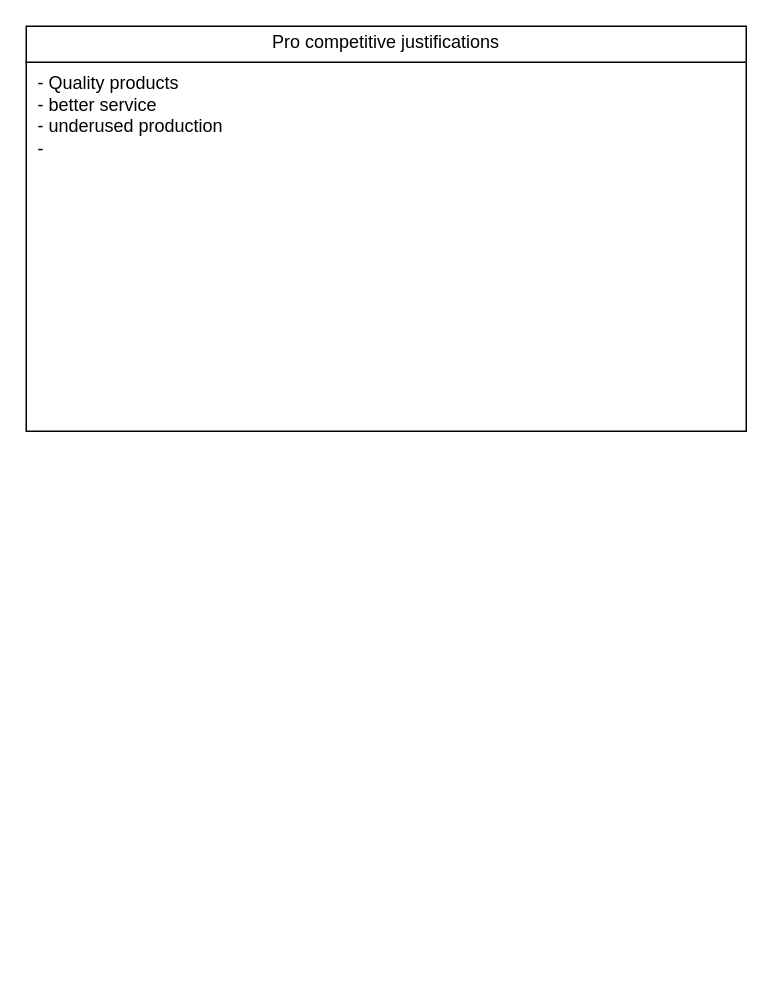
The draw.io diagram page "Page-5" (5 of 7) of Antitrust.drawio in Jdcruz831/law-school, before the edit. Source tidied: cells renumbered, new cells numbered last; positions are measured from the earlier drawing's top-left corner, leaving out a move shared by most shapes. Both pictures are drawn from the tidied source at 150%, with x=0, y=0 at pixel (26, 26).
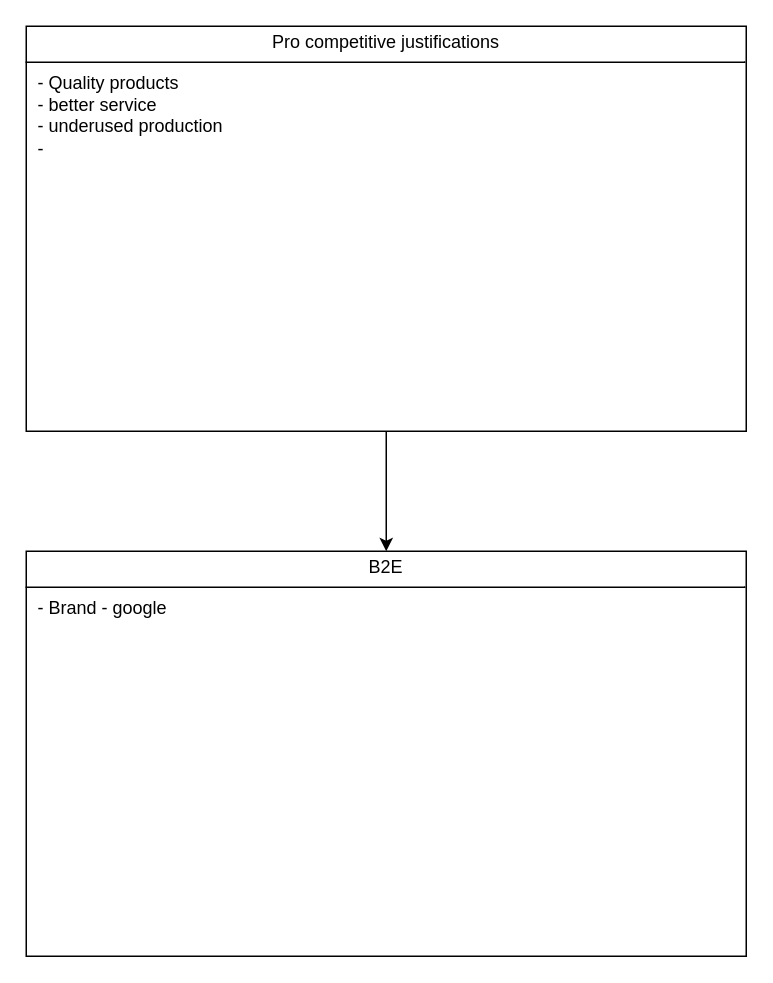
The same diagram, later.

The edit, as a diff of the source:
```diff
@@
 <mxGraphModel>
   <root>
     <mxCell id="0" />
     <mxCell id="1" parent="0" />
+    <mxCell id="3" style="edgeStyle=none;rounded=0;jettySize=auto;html=1;defaultLabelBackgroundColor=gap;" parent="1" edge="1" source="2" target="4">
+      <mxGeometry relative="1" as="geometry" />
+    </mxCell>
     <mxCell id="2" value="&lt;p style=&quot;text-align: center; margin: 4px 0px 0px; text-decoration-color: currentcolor;&quot;&gt;Pro competitive justifications&lt;/p&gt;&lt;hr size=&quot;1&quot; style=&quot;border-style:solid;&quot;&gt;&lt;p style=&quot;margin:0px;margin-left:8px;&quot;&gt;- Quality products&lt;/p&gt;&lt;p style=&quot;margin:0px;margin-left:8px;&quot;&gt;- better service&amp;nbsp;&lt;/p&gt;&lt;p style=&quot;margin:0px;margin-left:8px;&quot;&gt;- underused production&amp;nbsp;&lt;/p&gt;&lt;p style=&quot;margin:0px;margin-left:8px;&quot;&gt;-&amp;nbsp;&lt;/p&gt;" style="verticalAlign=top;align=left;overflow=fill;html=1;whiteSpace=wrap;" parent="1" vertex="1">
       <mxGeometry width="480" height="270" as="geometry" />
     </mxCell>
+    <mxCell id="4" value="&lt;p style=&quot;text-align: center; margin: 4px 0px 0px; text-decoration-color: currentcolor;&quot;&gt;B2E&lt;/p&gt;&lt;hr size=&quot;1&quot; style=&quot;border-style:solid;&quot;&gt;&lt;p style=&quot;margin:0px;margin-left:8px;&quot;&gt;- Brand - google&amp;nbsp;&lt;/p&gt;" style="verticalAlign=top;align=left;overflow=fill;html=1;whiteSpace=wrap;" parent="1" vertex="1">
+      <mxGeometry y="350" width="480" height="270" as="geometry" />
+    </mxCell>
   </root>
 </mxGraphModel>
```
